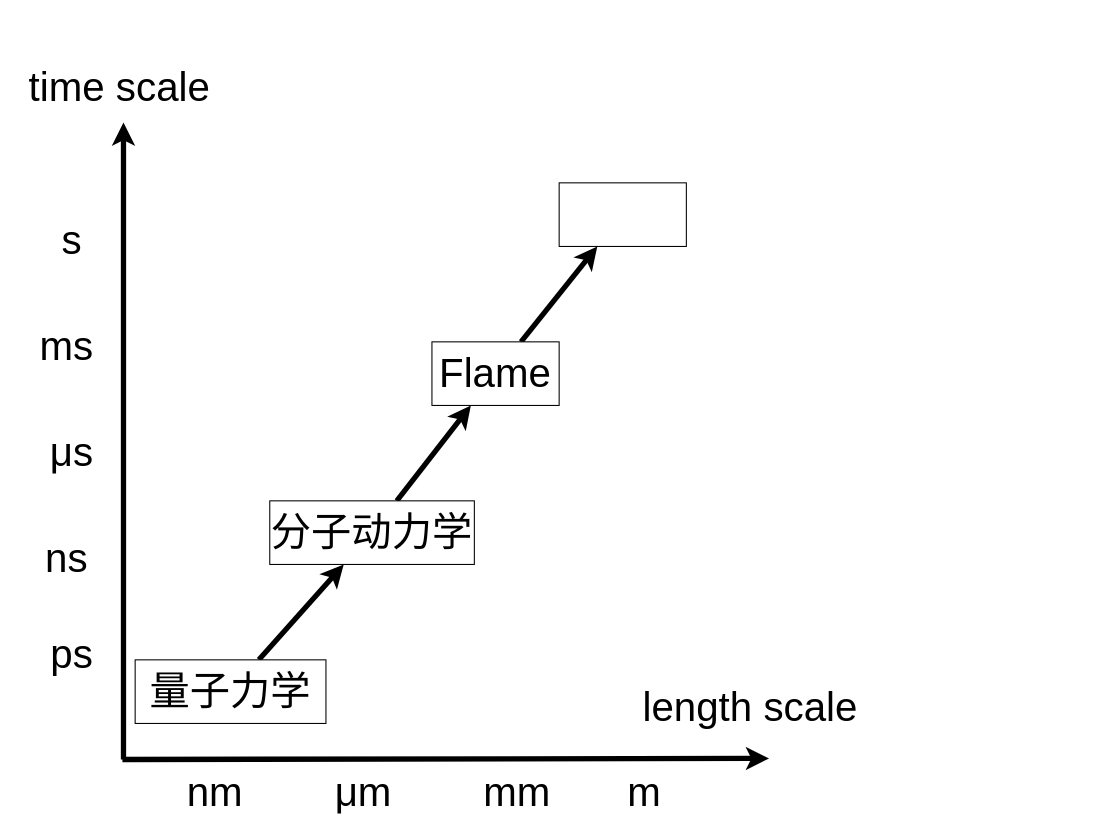
Earlier version of the draw.io diagram multiscale.drawio (tianhanz/helloworld). Source tidied: cells renumbered, new cells numbered last; positions are measured from the earlier drawing's top-left corner, leaving out a move shared by most shapes. Both pictures are drawn from the tidied source at 106%, with x=0, y=0 at pixel (18, 60).
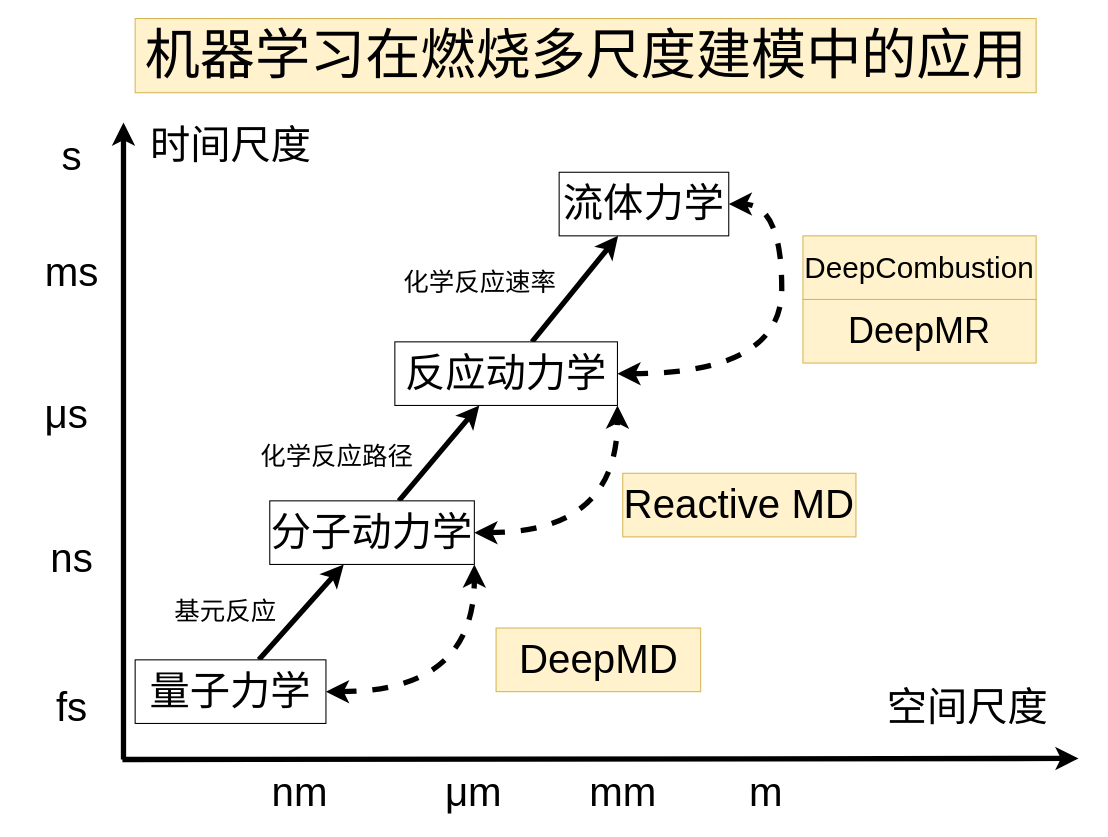
The same diagram, later.

The change refers to these unchanged cells:
```xml
<mxCell id="15" value="量子力学" style="rounded=0;whiteSpace=wrap;html=1;labelBackgroundColor=none;fontSize=38;" parent="1" vertex="1">
  <mxGeometry x="110" y="565" width="180" height="60" as="geometry" />
</mxCell>
<mxCell id="18" value="分子动力学" style="whiteSpace=wrap;html=1;fontSize=38;rounded=0;labelBackgroundColor=none;" parent="1" vertex="1">
  <mxGeometry x="237" y="415" width="193" height="60" as="geometry" />
</mxCell>
```

What changed in the source:
```diff
@@
     <mxCell id="2" style="endArrow=classic;html=1;rounded=0;strokeWidth=5;" parent="1" edge="1">
       <mxGeometry relative="1" as="geometry">
         <mxPoint x="98" y="659" as="sourcePoint" />
-        <mxPoint x="708" y="658" as="targetPoint" />
+        <mxPoint x="1000" y="658" as="targetPoint" />
       </mxGeometry>
     </mxCell>
@@
-    <mxCell id="4" value="time scale" style="text;html=1;align=center;verticalAlign=middle;strokeColor=none;fillColor=none;fontSize=38;" parent="1" vertex="1">
-      <mxGeometry width="190" height="50" as="geometry" />
+    <mxCell id="4" value="时间尺度" style="text;html=1;align=center;verticalAlign=middle;strokeColor=none;fillColor=none;fontSize=38;" parent="1" vertex="1">
+      <mxGeometry x="115" y="55" width="170" height="50" as="geometry" />
     </mxCell>
-    <mxCell id="5" value="length scale" style="text;html=1;align=center;verticalAlign=middle;strokeColor=none;fillColor=none;fontSize=38;" parent="1" vertex="1">
-      <mxGeometry x="580" y="585" width="220" height="50" as="geometry" />
+    <mxCell id="5" value="空间尺度" style="text;html=1;align=center;verticalAlign=middle;strokeColor=none;fillColor=none;fontSize=38;" parent="1" vertex="1">
+      <mxGeometry x="810" y="585" width="170" height="50" as="geometry" />
     </mxCell>
     <mxCell id="6" value="nm" style="text;html=1;align=center;verticalAlign=middle;strokeColor=none;fillColor=none;fontSize=38;" parent="1" vertex="1">
-      <mxGeometry x="150" y="665" width="70" height="50" as="geometry" />
+      <mxGeometry x="230" y="665" width="70" height="50" as="geometry" />
     </mxCell>
     <mxCell id="7" value="&lt;span style=&quot;font-weight: normal&quot;&gt;μm&lt;/span&gt;" style="text;html=1;align=center;verticalAlign=middle;strokeColor=none;fillColor=none;fontSize=38;labelBackgroundColor=none;fontStyle=1;" parent="1" vertex="1">
-      <mxGeometry x="290" y="665" width="70" height="50" as="geometry" />
+      <mxGeometry x="394" y="665" width="70" height="50" as="geometry" />
     </mxCell>
     <mxCell id="8" value="mm" style="text;html=1;align=center;verticalAlign=middle;strokeColor=none;fillColor=none;fontSize=38;labelBackgroundColor=none;" parent="1" vertex="1">
-      <mxGeometry x="430" y="665" width="80" height="50" as="geometry" />
+      <mxGeometry x="530" y="665" width="80" height="50" as="geometry" />
     </mxCell>
     <mxCell id="9" value="m" style="text;html=1;align=center;verticalAlign=middle;strokeColor=none;fillColor=none;fontSize=38;labelBackgroundColor=none;" parent="1" vertex="1">
-      <mxGeometry x="565" y="665" width="50" height="50" as="geometry" />
+      <mxGeometry x="680" y="665" width="50" height="50" as="geometry" />
     </mxCell>
     <mxCell id="10" value="ns" style="text;html=1;align=center;verticalAlign=middle;strokeColor=none;fillColor=none;fontSize=38;" parent="1" vertex="1">
-      <mxGeometry x="15" y="445" width="60" height="50" as="geometry" />
+      <mxGeometry x="20" y="445" width="60" height="50" as="geometry" />
     </mxCell>
     <mxCell id="11" value="μs" style="text;html=1;align=center;verticalAlign=middle;strokeColor=none;fillColor=none;fontSize=38;" parent="1" vertex="1">
-      <mxGeometry x="20" y="345" width="60" height="50" as="geometry" />
+      <mxGeometry x="15" y="308.5" width="60" height="50" as="geometry" />
     </mxCell>
     <mxCell id="12" value="ms" style="text;html=1;align=center;verticalAlign=middle;strokeColor=none;fillColor=none;fontSize=38;" parent="1" vertex="1">
-      <mxGeometry x="10" y="245" width="70" height="50" as="geometry" />
+      <mxGeometry x="15" y="175" width="70" height="50" as="geometry" />
     </mxCell>
     <mxCell id="13" value="s" style="text;html=1;align=center;verticalAlign=middle;strokeColor=none;fillColor=none;fontSize=38;" parent="1" vertex="1">
-      <mxGeometry x="35" y="145" width="30" height="50" as="geometry" />
+      <mxGeometry x="35" y="65" width="30" height="50" as="geometry" />
     </mxCell>
@@
+    <mxCell id="22" style="edgeStyle=orthogonalEdgeStyle;rounded=0;jettySize=auto;html=1;entryX=1;entryY=1;entryDx=0;entryDy=0;dashed=1;fontSize=24;strokeWidth=5;exitX=1;exitY=0.5;exitDx=0;exitDy=0;startArrow=classic;startFill=1;curved=1;" parent="1" edge="1" source="15" target="18">
+      <mxGeometry relative="1" as="geometry">
+        <Array as="points">
+          <mxPoint x="430" y="595" />
+        </Array>
+      </mxGeometry>
+    </mxCell>
@@
-    <mxCell id="16" value="ps" style="text;html=1;align=center;verticalAlign=middle;strokeColor=none;fillColor=none;fontSize=38;" parent="1" vertex="1">
-      <mxGeometry x="20" y="535" width="60" height="50" as="geometry" />
+    <mxCell id="16" value="fs" style="text;html=1;align=center;verticalAlign=middle;strokeColor=none;fillColor=none;fontSize=38;" parent="1" vertex="1">
+      <mxGeometry x="25" y="585" width="50" height="50" as="geometry" />
     </mxCell>
@@
+    <mxCell id="23" style="edgeStyle=orthogonalEdgeStyle;rounded=0;jettySize=auto;html=1;entryX=1;entryY=1;entryDx=0;entryDy=0;dashed=1;fontSize=24;strokeWidth=5;exitX=1;exitY=0.5;exitDx=0;exitDy=0;startArrow=classic;startFill=1;curved=1;" parent="1" edge="1" source="18" target="20">
+      <mxGeometry relative="1" as="geometry" />
+    </mxCell>
@@
+    <mxCell id="24" style="edgeStyle=orthogonalEdgeStyle;curved=1;rounded=0;jettySize=auto;html=1;entryX=1;entryY=0.5;entryDx=0;entryDy=0;dashed=1;fontSize=34;startArrow=classic;startFill=1;strokeWidth=5;exitX=1;exitY=0.5;exitDx=0;exitDy=0;" parent="1" edge="1" source="20" target="21">
+      <mxGeometry relative="1" as="geometry">
+        <Array as="points">
+          <mxPoint x="720" y="295" />
+          <mxPoint x="720" y="135" />
+        </Array>
+      </mxGeometry>
+    </mxCell>
-    <mxCell id="20" value="Flame" style="whiteSpace=wrap;html=1;fontSize=38;rounded=0;labelBackgroundColor=none;" parent="1" vertex="1">
-      <mxGeometry x="390" y="265" width="120" height="60" as="geometry" />
+    <mxCell id="20" value="反应动力学" style="whiteSpace=wrap;html=1;fontSize=38;rounded=0;labelBackgroundColor=none;" parent="1" vertex="1">
+      <mxGeometry x="355" y="265" width="210" height="60" as="geometry" />
     </mxCell>
-    <mxCell id="21" style="whiteSpace=wrap;html=1;fontSize=38;rounded=0;labelBackgroundColor=none;" parent="1" vertex="1">
-      <mxGeometry x="510" y="115" width="120" height="60" as="geometry" />
+    <mxCell id="21" value="流体力学" style="whiteSpace=wrap;html=1;fontSize=38;rounded=0;labelBackgroundColor=none;" parent="1" vertex="1">
+      <mxGeometry x="510" y="105" width="160" height="60" as="geometry" />
     </mxCell>
+    <mxCell id="25" value="基元反应" style="text;html=1;align=center;verticalAlign=middle;strokeColor=none;fillColor=none;fontSize=24;" parent="1" vertex="1">
+      <mxGeometry x="140" y="505" width="110" height="30" as="geometry" />
+    </mxCell>
+    <mxCell id="26" value="化学反应路径" style="text;html=1;align=center;verticalAlign=middle;strokeColor=none;fillColor=none;fontSize=24;" parent="1" vertex="1">
+      <mxGeometry x="220" y="359" width="160" height="30" as="geometry" />
+    </mxCell>
+    <mxCell id="27" value="化学反应速率" style="text;html=1;align=center;verticalAlign=middle;strokeColor=none;fillColor=none;fontSize=24;" parent="1" vertex="1">
+      <mxGeometry x="355" y="195" width="160" height="30" as="geometry" />
+    </mxCell>
+    <mxCell id="28" value="DeepMD" style="whiteSpace=wrap;html=1;fontSize=38;rounded=0;labelBackgroundColor=none;fillColor=#fff2cc;strokeColor=#d6b656;" parent="1" vertex="1">
+      <mxGeometry x="450.5" y="535" width="193" height="60" as="geometry" />
+    </mxCell>
+    <mxCell id="29" value="Reactive MD" style="whiteSpace=wrap;html=1;fontSize=38;rounded=0;labelBackgroundColor=none;fillColor=#fff2cc;strokeColor=#d6b656;" parent="1" vertex="1">
+      <mxGeometry x="570" y="389" width="220" height="60" as="geometry" />
+    </mxCell>
+    <mxCell id="30" value="DeepMR" style="whiteSpace=wrap;html=1;fontSize=34;rounded=0;labelBackgroundColor=none;fillColor=#fff2cc;strokeColor=#d6b656;" parent="1" vertex="1">
+      <mxGeometry x="740" y="225" width="220" height="60" as="geometry" />
+    </mxCell>
+    <mxCell id="31" value="DeepCombustion" style="whiteSpace=wrap;html=1;fontSize=28;rounded=0;labelBackgroundColor=none;fillColor=#fff2cc;strokeColor=#d6b656;" parent="1" vertex="1">
+      <mxGeometry x="740" y="165" width="220" height="60" as="geometry" />
+    </mxCell>
+    <mxCell id="32" value="机器学习在燃烧多尺度建模中的应用" style="text;html=1;align=center;verticalAlign=middle;strokeColor=#d6b656;fillColor=#fff2cc;fontSize=52;" parent="1" vertex="1">
+      <mxGeometry x="110" y="-40" width="850" height="70" as="geometry" />
+    </mxCell>
```
